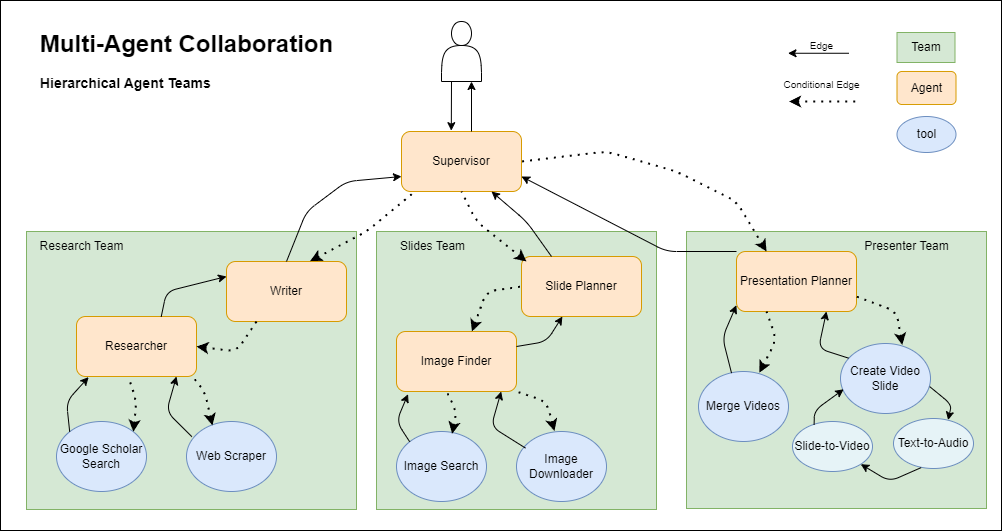
Before: architecture.png, a diagram exported from draw.io (cyrus2281/MAC-SlideGenerator). Source tidied: cells renumbered, new cells last; positions are measured from the earlier drawing's top-left corner, leaving out a move shared by most shapes. The source it was exported from:
```xml
<mxGraphModel background="#ffffff">
  <root>
    <mxCell id="0" />
    <mxCell id="1" parent="0" />
    <mxCell id="2" style="rounded=0;whiteSpace=wrap;html=1;fontSize=10;" parent="1" vertex="1">
      <mxGeometry width="1001" height="530" as="geometry" />
    </mxCell>
    <mxCell id="3" style="rounded=0;whiteSpace=wrap;html=1;fillColor=#d5e8d4;strokeColor=#82b366;" parent="1" vertex="1">
      <mxGeometry x="686" y="231" width="300" height="277" as="geometry" />
    </mxCell>
    <mxCell id="4" style="rounded=0;whiteSpace=wrap;html=1;fillColor=#d5e8d4;strokeColor=#82b366;" parent="1" vertex="1">
      <mxGeometry x="376" y="231" width="280" height="278" as="geometry" />
    </mxCell>
    <mxCell id="5" style="rounded=0;whiteSpace=wrap;html=1;fillColor=#d5e8d4;strokeColor=#82b366;" parent="1" vertex="1">
      <mxGeometry x="26" y="231" width="330" height="278" as="geometry" />
    </mxCell>
    <mxCell id="6" value="&lt;h1 style=&quot;text-align: left;&quot;&gt;Multi-Agent Collaboration&lt;/h1&gt;&lt;h3 style=&quot;text-align: left;&quot;&gt;&lt;span style=&quot;background-color: initial;&quot;&gt;Hierarchical Agent Teams&lt;/span&gt;&lt;/h3&gt;" style="text;html=1;align=center;verticalAlign=middle;strokeColor=none;fillColor=none;" parent="1" vertex="1">
      <mxGeometry x="26" y="4" width="320" height="110" as="geometry" />
    </mxCell>
    <mxCell id="7" style="shape=actor;whiteSpace=wrap;html=1;" parent="1" vertex="1">
      <mxGeometry x="441" y="21" width="40" height="60" as="geometry" />
    </mxCell>
    <mxCell id="8" value="Agent" style="rounded=1;whiteSpace=wrap;html=1;fillColor=#ffe6cc;strokeColor=#d79b00;" parent="1" vertex="1">
      <mxGeometry x="896.5" y="71" width="59" height="33" as="geometry" />
    </mxCell>
    <mxCell id="9" style="endArrow=none;dashed=1;html=1;dashPattern=1 3;strokeWidth=2;startArrow=classic;startFill=1;" parent="1" edge="1">
      <mxGeometry relative="1" as="geometry">
        <mxPoint x="788.5" y="101" as="sourcePoint" />
        <mxPoint x="855.5" y="101" as="targetPoint" />
      </mxGeometry>
    </mxCell>
    <mxCell id="10" value="&lt;font style=&quot;font-size: 10px;&quot;&gt;Conditional Edge&lt;/font&gt;" style="text;html=1;align=center;verticalAlign=middle;strokeColor=none;fillColor=none;" parent="1" vertex="1">
      <mxGeometry x="774" y="71" width="94" height="26" as="geometry" />
    </mxCell>
    <mxCell id="11" value="&lt;font style=&quot;font-size: 10px;&quot;&gt;Edge&lt;/font&gt;" style="text;html=1;align=center;verticalAlign=middle;strokeColor=none;fillColor=none;" parent="1" vertex="1">
      <mxGeometry x="800.5" y="32" width="41" height="26" as="geometry" />
    </mxCell>
    <mxCell id="12" style="endArrow=classic;html=1;" parent="1" edge="1">
      <mxGeometry relative="1" as="geometry">
        <mxPoint x="848.5" y="52.8" as="sourcePoint" />
        <mxPoint x="787.5" y="52.8" as="targetPoint" />
      </mxGeometry>
    </mxCell>
    <mxCell id="13" value="Supervisor" style="rounded=1;whiteSpace=wrap;html=1;fillColor=#ffe6cc;strokeColor=#d79b00;" parent="1" vertex="1">
      <mxGeometry x="401" y="131" width="120" height="60" as="geometry" />
    </mxCell>
    <mxCell id="14" value="Writer" style="rounded=1;whiteSpace=wrap;html=1;fillColor=#ffe6cc;strokeColor=#d79b00;" parent="1" vertex="1">
      <mxGeometry x="226" y="261" width="120" height="60" as="geometry" />
    </mxCell>
    <mxCell id="15" value="Researcher" style="rounded=1;whiteSpace=wrap;html=1;fillColor=#ffe6cc;strokeColor=#d79b00;" parent="1" vertex="1">
      <mxGeometry x="76" y="316" width="120" height="60" as="geometry" />
    </mxCell>
    <mxCell id="16" value="Team" style="rounded=0;whiteSpace=wrap;html=1;fillColor=#d5e8d4;strokeColor=#82b366;" parent="1" vertex="1">
      <mxGeometry x="896.5" y="32" width="58" height="30" as="geometry" />
    </mxCell>
    <mxCell id="17" value="Google Scholar Search" style="ellipse;whiteSpace=wrap;html=1;fillColor=#dae8fc;strokeColor=#6c8ebf;" parent="1" vertex="1">
      <mxGeometry x="56" y="421" width="90" height="70" as="geometry" />
    </mxCell>
    <mxCell id="18" value="Web Scraper" style="ellipse;whiteSpace=wrap;html=1;fillColor=#dae8fc;strokeColor=#6c8ebf;" parent="1" vertex="1">
      <mxGeometry x="186" y="421" width="90" height="70" as="geometry" />
    </mxCell>
    <mxCell id="19" value="tool" style="ellipse;whiteSpace=wrap;html=1;fillColor=#dae8fc;strokeColor=#6c8ebf;" parent="1" vertex="1">
      <mxGeometry x="896.5" y="116" width="59" height="36" as="geometry" />
    </mxCell>
    <mxCell id="20" value="Research Team" style="text;html=1;align=center;verticalAlign=middle;strokeColor=none;fillColor=none;" parent="1" vertex="1">
      <mxGeometry x="26" y="231" width="110" height="30" as="geometry" />
    </mxCell>
    <mxCell id="21" value="Slide Planner" style="rounded=1;whiteSpace=wrap;html=1;fillColor=#ffe6cc;strokeColor=#d79b00;" parent="1" vertex="1">
      <mxGeometry x="521" y="256" width="120" height="60" as="geometry" />
    </mxCell>
    <mxCell id="22" value="Presentation Planner" style="rounded=1;whiteSpace=wrap;html=1;fillColor=#ffe6cc;strokeColor=#d79b00;" parent="1" vertex="1">
      <mxGeometry x="736" y="251" width="120" height="60" as="geometry" />
    </mxCell>
    <mxCell id="23" value="Image Finder" style="rounded=1;whiteSpace=wrap;html=1;fillColor=#ffe6cc;strokeColor=#d79b00;" parent="1" vertex="1">
      <mxGeometry x="396" y="331" width="120" height="60" as="geometry" />
    </mxCell>
    <mxCell id="24" value="Image Search" style="ellipse;whiteSpace=wrap;html=1;fillColor=#dae8fc;strokeColor=#6c8ebf;" parent="1" vertex="1">
      <mxGeometry x="396" y="431" width="90" height="70" as="geometry" />
    </mxCell>
    <mxCell id="25" value="Image Downloader" style="ellipse;whiteSpace=wrap;html=1;fillColor=#dae8fc;strokeColor=#6c8ebf;" parent="1" vertex="1">
      <mxGeometry x="516" y="431" width="90" height="70" as="geometry" />
    </mxCell>
    <mxCell id="26" value="Merge Videos" style="ellipse;whiteSpace=wrap;html=1;fillColor=#dae8fc;strokeColor=#6c8ebf;" parent="1" vertex="1">
      <mxGeometry x="698" y="371" width="90" height="70" as="geometry" />
    </mxCell>
    <mxCell id="27" value="Create Video Slide" style="ellipse;whiteSpace=wrap;html=1;fillColor=#dae8fc;strokeColor=#6c8ebf;" parent="1" vertex="1">
      <mxGeometry x="840" y="343" width="90" height="70" as="geometry" />
    </mxCell>
    <mxCell id="28" style="endArrow=classic;html=1;entryX=0.101;entryY=1.01;entryDx=0;entryDy=0;entryPerimeter=0;exitX=0;exitY=0;exitDx=0;exitDy=0;" parent="1" edge="1" source="17" target="15">
      <mxGeometry relative="1" as="geometry">
        <Array as="points">
          <mxPoint x="66" y="401" />
        </Array>
      </mxGeometry>
    </mxCell>
    <mxCell id="29" style="endArrow=classic;html=1;entryX=0.101;entryY=1.01;entryDx=0;entryDy=0;entryPerimeter=0;exitX=0.059;exitY=0.216;exitDx=0;exitDy=0;exitPerimeter=0;" parent="1" edge="1" source="18">
      <mxGeometry relative="1" as="geometry">
        <mxPoint x="176" y="376" as="targetPoint" />
        <Array as="points">
          <mxPoint x="166" y="411" />
        </Array>
      </mxGeometry>
    </mxCell>
    <mxCell id="30" style="endArrow=classic;html=1;entryX=0.096;entryY=1.044;entryDx=0;entryDy=0;entryPerimeter=0;exitX=0;exitY=0;exitDx=0;exitDy=0;" parent="1" edge="1" source="24" target="23">
      <mxGeometry relative="1" as="geometry">
        <Array as="points">
          <mxPoint x="396" y="421" />
        </Array>
      </mxGeometry>
    </mxCell>
    <mxCell id="31" style="endArrow=classic;html=1;entryX=0.101;entryY=1.01;entryDx=0;entryDy=0;entryPerimeter=0;exitX=0.1;exitY=0.237;exitDx=0;exitDy=0;exitPerimeter=0;" parent="1" edge="1" source="25">
      <mxGeometry relative="1" as="geometry">
        <mxPoint x="500.7" y="391" as="targetPoint" />
        <Array as="points">
          <mxPoint x="490.7" y="426" />
        </Array>
      </mxGeometry>
    </mxCell>
    <mxCell id="32" style="endArrow=classic;html=1;entryX=-0.001;entryY=0.896;entryDx=0;entryDy=0;exitX=0.367;exitY=0.023;exitDx=0;exitDy=0;entryPerimeter=0;exitPerimeter=0;" parent="1" edge="1" source="26" target="22">
      <mxGeometry relative="1" as="geometry">
        <Array as="points">
          <mxPoint x="722" y="337" />
        </Array>
      </mxGeometry>
    </mxCell>
    <mxCell id="33" style="endArrow=classic;html=1;entryX=0.75;entryY=1;entryDx=0;entryDy=0;exitX=0.089;exitY=0.209;exitDx=0;exitDy=0;exitPerimeter=0;" parent="1" edge="1" source="27" target="22">
      <mxGeometry relative="1" as="geometry">
        <Array as="points">
          <mxPoint x="818" y="348" />
        </Array>
      </mxGeometry>
    </mxCell>
    <mxCell id="34" style="endArrow=none;dashed=1;html=1;dashPattern=1 3;strokeWidth=2;startArrow=classic;startFill=1;entryX=0.432;entryY=1.003;entryDx=0;entryDy=0;entryPerimeter=0;exitX=1;exitY=0;exitDx=0;exitDy=0;" parent="1" edge="1" source="17" target="15">
      <mxGeometry relative="1" as="geometry">
        <Array as="points">
          <mxPoint x="136" y="401" />
        </Array>
      </mxGeometry>
    </mxCell>
    <mxCell id="35" style="endArrow=none;dashed=1;html=1;dashPattern=1 3;strokeWidth=2;startArrow=classic;startFill=1;entryX=0.961;entryY=0.99;entryDx=0;entryDy=0;entryPerimeter=0;exitX=0.288;exitY=0.057;exitDx=0;exitDy=0;exitPerimeter=0;" parent="1" edge="1" source="18" target="15">
      <mxGeometry relative="1" as="geometry">
        <Array as="points">
          <mxPoint x="204.2" y="390.8" />
        </Array>
      </mxGeometry>
    </mxCell>
    <mxCell id="36" style="endArrow=none;dashed=1;html=1;dashPattern=1 3;strokeWidth=2;startArrow=classic;startFill=1;entryX=0.417;entryY=0.998;entryDx=0;entryDy=0;entryPerimeter=0;exitX=0.618;exitY=0.033;exitDx=0;exitDy=0;exitPerimeter=0;" parent="1" edge="1" source="24" target="23">
      <mxGeometry relative="1" as="geometry">
        <Array as="points">
          <mxPoint x="456" y="411" />
        </Array>
      </mxGeometry>
    </mxCell>
    <mxCell id="37" style="endArrow=none;dashed=1;html=1;dashPattern=1 3;strokeWidth=2;startArrow=classic;startFill=1;entryX=1;entryY=1;entryDx=0;entryDy=0;exitX=0.422;exitY=-0.007;exitDx=0;exitDy=0;exitPerimeter=0;" parent="1" edge="1" source="25" target="23">
      <mxGeometry relative="1" as="geometry">
        <Array as="points">
          <mxPoint x="546" y="401" />
        </Array>
      </mxGeometry>
    </mxCell>
    <mxCell id="38" style="endArrow=none;dashed=1;html=1;dashPattern=1 3;strokeWidth=2;startArrow=classic;startFill=1;entryX=0.25;entryY=1;entryDx=0;entryDy=0;exitX=0.676;exitY=0.017;exitDx=0;exitDy=0;exitPerimeter=0;" parent="1" edge="1" source="26" target="22">
      <mxGeometry relative="1" as="geometry">
        <Array as="points">
          <mxPoint x="776" y="339" />
        </Array>
      </mxGeometry>
    </mxCell>
    <mxCell id="39" style="endArrow=none;dashed=1;html=1;dashPattern=1 3;strokeWidth=2;startArrow=classic;startFill=1;entryX=1;entryY=0.75;entryDx=0;entryDy=0;exitX=0.686;exitY=0.02;exitDx=0;exitDy=0;exitPerimeter=0;" parent="1" edge="1" source="27" target="22">
      <mxGeometry relative="1" as="geometry">
        <Array as="points">
          <mxPoint x="896" y="311" />
        </Array>
      </mxGeometry>
    </mxCell>
    <mxCell id="40" style="endArrow=none;dashed=1;html=1;dashPattern=1 3;strokeWidth=2;startArrow=classic;startFill=1;entryX=0;entryY=0.5;entryDx=0;entryDy=0;exitX=0.629;exitY=-0.001;exitDx=0;exitDy=0;exitPerimeter=0;" parent="1" edge="1" source="23" target="21">
      <mxGeometry relative="1" as="geometry">
        <Array as="points">
          <mxPoint x="486" y="291" />
        </Array>
      </mxGeometry>
    </mxCell>
    <mxCell id="41" style="endArrow=classic;html=1;exitX=1;exitY=0.25;exitDx=0;exitDy=0;" parent="1" edge="1" source="23" target="21">
      <mxGeometry relative="1" as="geometry">
        <Array as="points">
          <mxPoint x="546" y="341" />
        </Array>
      </mxGeometry>
    </mxCell>
    <mxCell id="42" style="endArrow=classic;html=1;entryX=0;entryY=0.25;entryDx=0;entryDy=0;exitX=0.706;exitY=0.004;exitDx=0;exitDy=0;exitPerimeter=0;" parent="1" edge="1" source="15" target="14">
      <mxGeometry relative="1" as="geometry">
        <Array as="points">
          <mxPoint x="166" y="291" />
        </Array>
      </mxGeometry>
    </mxCell>
    <mxCell id="43" style="endArrow=none;dashed=1;html=1;dashPattern=1 3;strokeWidth=2;startArrow=classic;startFill=1;entryX=0.25;entryY=1;entryDx=0;entryDy=0;exitX=1;exitY=0.5;exitDx=0;exitDy=0;" parent="1" edge="1" source="15" target="14">
      <mxGeometry relative="1" as="geometry">
        <Array as="points">
          <mxPoint x="236" y="351" />
        </Array>
      </mxGeometry>
    </mxCell>
    <mxCell id="44" style="endArrow=none;dashed=1;html=1;dashPattern=1 3;strokeWidth=2;startArrow=classic;startFill=1;entryX=0.114;entryY=0.998;entryDx=0;entryDy=0;exitX=0.697;exitY=-0.007;exitDx=0;exitDy=0;entryPerimeter=0;exitPerimeter=0;" parent="1" edge="1" source="14" target="13">
      <mxGeometry relative="1" as="geometry">
        <Array as="points">
          <mxPoint x="366" y="231" />
        </Array>
      </mxGeometry>
    </mxCell>
    <mxCell id="45" style="endArrow=none;dashed=1;html=1;dashPattern=1 3;strokeWidth=2;startArrow=classic;startFill=1;entryX=1;entryY=0.5;entryDx=0;entryDy=0;exitX=0.25;exitY=0;exitDx=0;exitDy=0;" parent="1" edge="1" source="22" target="13">
      <mxGeometry relative="1" as="geometry">
        <Array as="points">
          <mxPoint x="736" y="201" />
          <mxPoint x="676" y="171" />
          <mxPoint x="606" y="151" />
        </Array>
      </mxGeometry>
    </mxCell>
    <mxCell id="46" style="endArrow=classic;html=1;exitX=0.25;exitY=1;exitDx=0;exitDy=0;entryX=0.415;entryY=-0.014;entryDx=0;entryDy=0;entryPerimeter=0;" parent="1" edge="1" source="7" target="13">
      <mxGeometry relative="1" as="geometry" />
    </mxCell>
    <mxCell id="47" style="endArrow=classic;html=1;entryX=0.75;entryY=1;entryDx=0;entryDy=0;" parent="1" edge="1" target="7">
      <mxGeometry relative="1" as="geometry">
        <mxPoint x="471" y="131" as="sourcePoint" />
      </mxGeometry>
    </mxCell>
    <mxCell id="48" style="endArrow=classic;html=1;exitX=0.5;exitY=0;exitDx=0;exitDy=0;entryX=0;entryY=0.75;entryDx=0;entryDy=0;" parent="1" edge="1" source="14" target="13">
      <mxGeometry relative="1" as="geometry">
        <Array as="points">
          <mxPoint x="306" y="211" />
          <mxPoint x="346" y="181" />
        </Array>
      </mxGeometry>
    </mxCell>
    <mxCell id="49" style="endArrow=classic;html=1;exitX=0.25;exitY=0;exitDx=0;exitDy=0;entryX=0.75;entryY=1;entryDx=0;entryDy=0;" parent="1" edge="1" source="21" target="13">
      <mxGeometry relative="1" as="geometry">
        <Array as="points">
          <mxPoint x="526" y="221" />
        </Array>
      </mxGeometry>
    </mxCell>
    <mxCell id="50" style="endArrow=none;dashed=1;html=1;dashPattern=1 3;strokeWidth=2;startArrow=classic;startFill=1;entryX=0.5;entryY=1;entryDx=0;entryDy=0;exitX=0.042;exitY=0.083;exitDx=0;exitDy=0;exitPerimeter=0;" parent="1" edge="1" source="21" target="13">
      <mxGeometry relative="1" as="geometry">
        <Array as="points">
          <mxPoint x="476" y="221" />
        </Array>
      </mxGeometry>
    </mxCell>
    <mxCell id="51" style="endArrow=classic;html=1;exitX=0;exitY=0;exitDx=0;exitDy=0;entryX=1;entryY=0.75;entryDx=0;entryDy=0;" parent="1" edge="1" source="22" target="13">
      <mxGeometry relative="1" as="geometry">
        <Array as="points">
          <mxPoint x="666" y="251" />
        </Array>
      </mxGeometry>
    </mxCell>
    <mxCell id="52" value="Slides Team" style="text;html=1;align=center;verticalAlign=middle;strokeColor=none;fillColor=none;" parent="1" vertex="1">
      <mxGeometry x="390" y="233" width="83" height="26" as="geometry" />
    </mxCell>
    <mxCell id="53" value="Presenter Team" style="text;html=1;align=center;verticalAlign=middle;strokeColor=none;fillColor=none;" parent="1" vertex="1">
      <mxGeometry x="851" y="231" width="110" height="30" as="geometry" />
    </mxCell>
    <mxCell id="54" value="Text-to-Audio" style="ellipse;whiteSpace=wrap;html=1;fillColor=#e6f3f7;strokeColor=#6c8ebf;" parent="1" vertex="1">
      <mxGeometry x="893" y="418" width="80" height="50" as="geometry" />
    </mxCell>
    <mxCell id="55" value="Slide-to-Video" style="ellipse;whiteSpace=wrap;html=1;fillColor=#E6F3F7;strokeColor=#6c8ebf;" parent="1" vertex="1">
      <mxGeometry x="792" y="421" width="80" height="50" as="geometry" />
    </mxCell>
    <mxCell id="56" style="endArrow=classic;html=1;exitX=0.991;exitY=0.616;exitDx=0;exitDy=0;entryX=0.683;entryY=0.03;entryDx=0;entryDy=0;exitPerimeter=0;entryPerimeter=0;" parent="1" edge="1" source="27" target="54">
      <mxGeometry relative="1" as="geometry">
        <Array as="points">
          <mxPoint x="951" y="404" />
        </Array>
      </mxGeometry>
    </mxCell>
    <mxCell id="57" style="endArrow=classic;html=1;exitX=0.346;exitY=0.982;exitDx=0;exitDy=0;entryX=1;entryY=1;entryDx=0;entryDy=0;exitPerimeter=0;" parent="1" edge="1" source="54" target="55">
      <mxGeometry relative="1" as="geometry">
        <Array as="points">
          <mxPoint x="889" y="481" />
        </Array>
      </mxGeometry>
    </mxCell>
    <mxCell id="58" style="endArrow=classic;html=1;exitX=0.27;exitY=0.062;exitDx=0;exitDy=0;entryX=0.035;entryY=0.654;entryDx=0;entryDy=0;entryPerimeter=0;exitPerimeter=0;" parent="1" edge="1" source="55" target="27">
      <mxGeometry relative="1" as="geometry">
        <Array as="points">
          <mxPoint x="814" y="410" />
        </Array>
      </mxGeometry>
    </mxCell>
  </root>
</mxGraphModel>
```
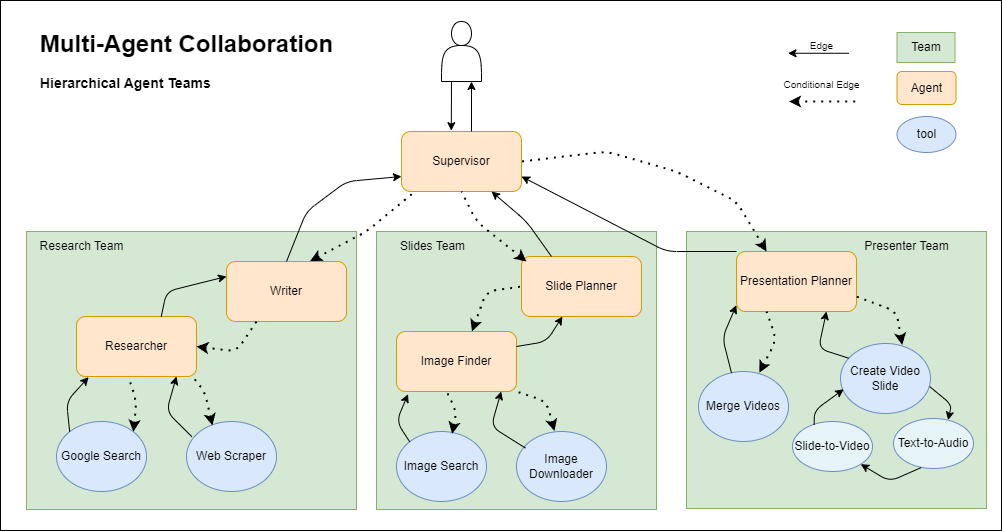
After the commit.

Diff of the diagram source:
```diff
@@ -53,7 +53,7 @@
     <mxCell id="16" value="Team" style="rounded=0;whiteSpace=wrap;html=1;fillColor=#d5e8d4;strokeColor=#82b366;" parent="1" vertex="1">
       <mxGeometry x="896.5" y="32" width="58" height="30" as="geometry" />
     </mxCell>
-    <mxCell id="17" value="Google Scholar Search" style="ellipse;whiteSpace=wrap;html=1;fillColor=#dae8fc;strokeColor=#6c8ebf;" parent="1" vertex="1">
+    <mxCell id="17" value="Google Search" style="ellipse;whiteSpace=wrap;html=1;fillColor=#dae8fc;strokeColor=#6c8ebf;" parent="1" vertex="1">
       <mxGeometry x="56" y="421" width="90" height="70" as="geometry" />
     </mxCell>
     <mxCell id="18" value="Web Scraper" style="ellipse;whiteSpace=wrap;html=1;fillColor=#dae8fc;strokeColor=#6c8ebf;" parent="1" vertex="1">
```
